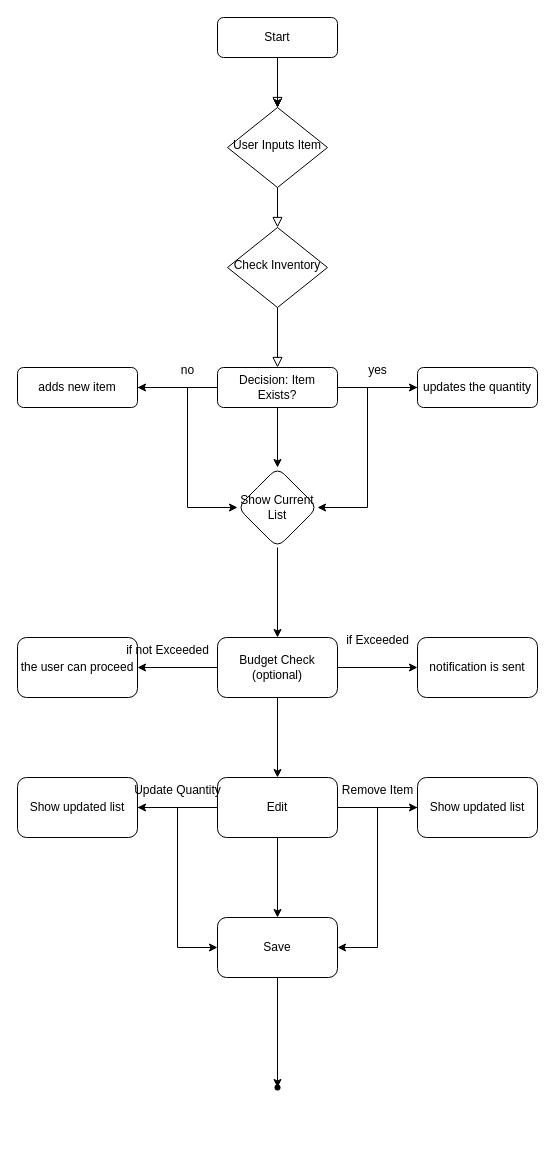
Before: Flowchart/Zeel_Grocery_List.drawio in VatsSanghvi/Big-Data-Project, a draw.io diagram. Source tidied: cells renumbered, new cells numbered last; positions are measured from the earlier drawing's top-left corner, leaving out a move shared by most shapes. Both pictures are drawn from the tidied source at 100%, with x=0, y=0 at pixel (17, 17).
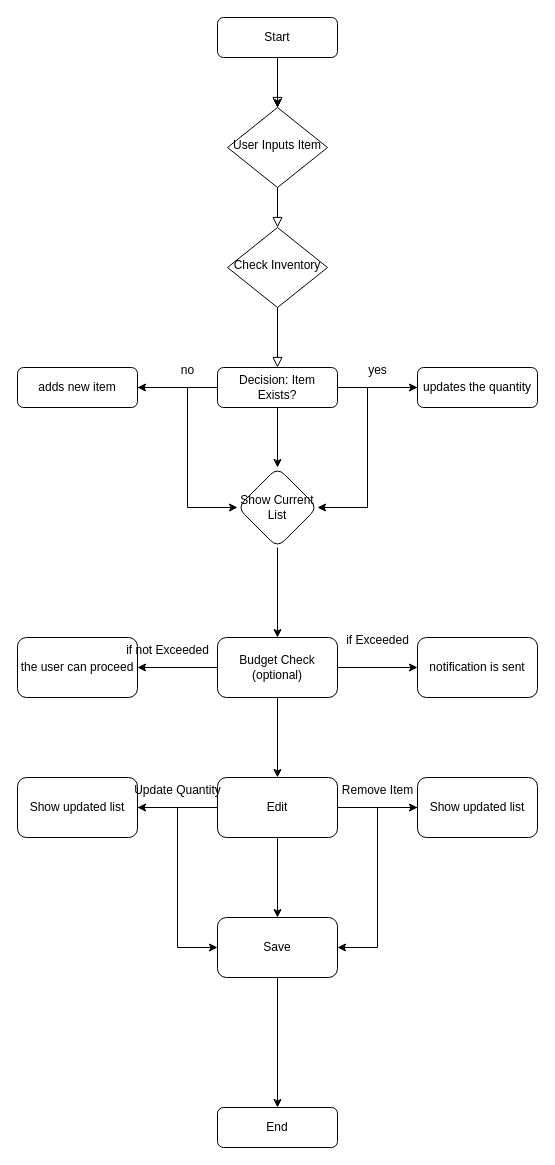
The same diagram, later.

The change refers to these unchanged cells:
```xml
<mxCell id="35" value="Save" style="whiteSpace=wrap;html=1;rounded=1;glass=0;strokeWidth=1;shadow=0;" parent="1" vertex="1">
  <mxGeometry x="200" y="900" width="120" height="60" as="geometry" />
</mxCell>
```

What changed in the source:
```diff
@@
-    <mxCell id="34" style="edgeStyle=orthogonalEdgeStyle;rounded=0;jettySize=auto;html=1;" parent="1" edge="1" source="35" target="36">
+    <mxCell id="34" style="edgeStyle=orthogonalEdgeStyle;rounded=0;jettySize=auto;html=1;entryX=0.5;entryY=0;entryDx=0;entryDy=0;" parent="1" edge="1" source="35" target="43">
       <mxGeometry relative="1" as="geometry" />
     </mxCell>
@@
-    <mxCell id="36" style="shape=waypoint;sketch=0;size=6;points=[];fillColor=default;perimeter=centerPerimeter;snapToPoint=1;rounded=1;glass=0;strokeWidth=1;shadow=0;" parent="1" vertex="1">
-      <mxGeometry x="250" y="1060" width="20" height="20" as="geometry" />
-    </mxCell>
@@
+    <mxCell id="43" value="End" style="rounded=1;whiteSpace=wrap;html=1;fontSize=12;glass=0;strokeWidth=1;shadow=0;" parent="1" vertex="1">
+      <mxGeometry x="200" y="1090" width="120" height="40" as="geometry" />
+    </mxCell>
```
